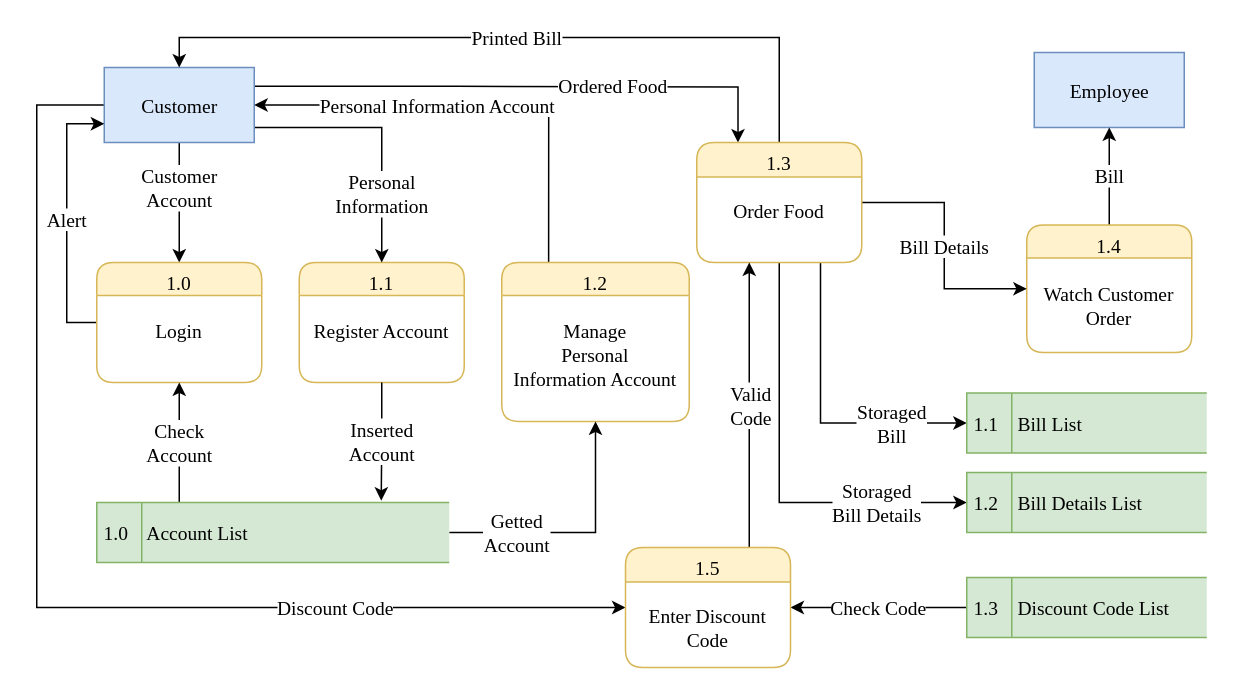
Above: page "Level 1 - Customer" (3 of 9) of document/data flow/dfd.drawio in daomtthuan/do-an (draw.io), before the change. Source tidied: cells renumbered, new cells numbered last; positions are measured from the earlier drawing's top-left corner, leaving out a move shared by most shapes. Both pictures are drawn from the tidied source at 150%, with x=0, y=0 at pixel (36, 36).
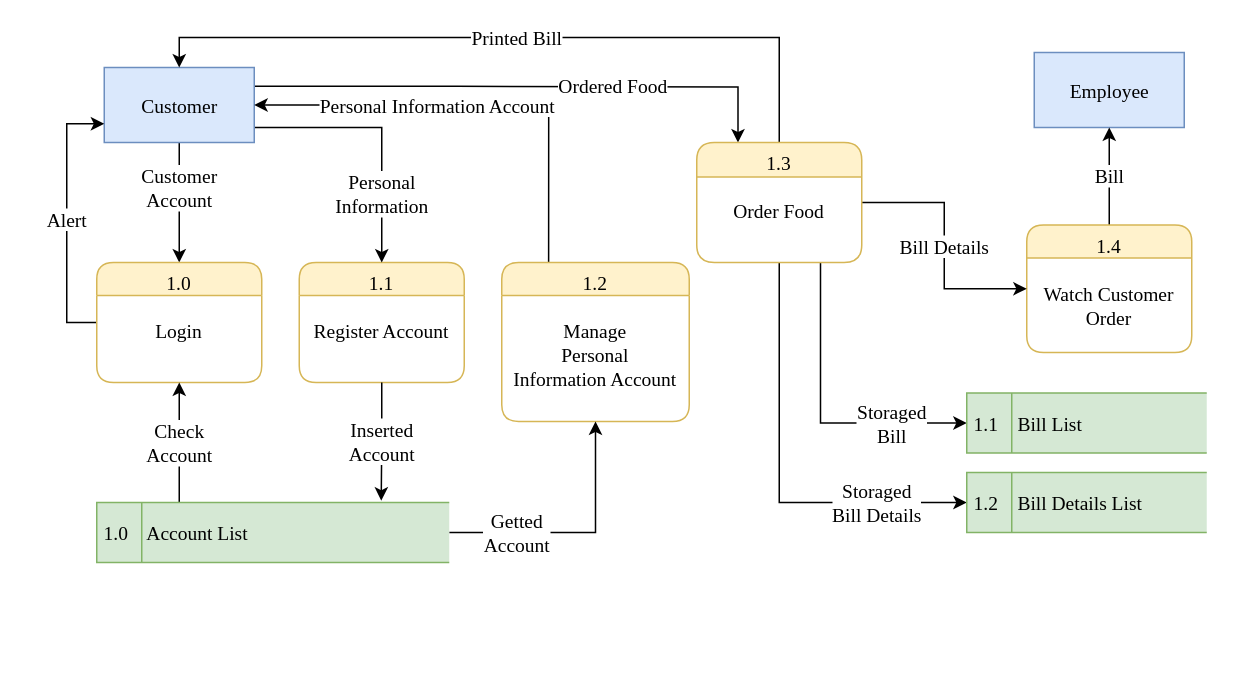
Above is the later version.

Unchanged cells that the change refers to:
```xml
<mxCell id="7" value="&lt;span style=&quot;font-size: 13px;&quot;&gt;&lt;span style=&quot;font-size: 13px;&quot;&gt;Customer&lt;/span&gt;&lt;/span&gt;" style="html=1;dashed=0;whitespace=wrap;strokeWidth=1;fillColor=#dae8fc;strokeColor=#6c8ebf;fontFamily=Times New Roman;fontSize=13;" parent="1" vertex="1">
  <mxGeometry x="45" y="20.5" width="100" height="50" as="geometry" />
</mxCell>
```

Change to the diagram source:
```diff
@@
-    <mxCell id="6" value="Discount Code" style="edgeStyle=orthogonalEdgeStyle;rounded=0;jettySize=auto;html=1;exitX=0;exitY=0.5;exitDx=0;exitDy=0;entryX=0;entryY=0.5;entryDx=0;entryDy=0;fontFamily=Times New Roman;fontSize=13;" parent="1" edge="1" source="7" target="29">
-      <mxGeometry x="0.5" relative="1" as="geometry">
-        <Array as="points">
-          <mxPoint y="45.5" />
-          <mxPoint y="380.5" />
-        </Array>
-      </mxGeometry>
-    </mxCell>
@@
-    <mxCell id="26" value="Check Code" style="edgeStyle=orthogonalEdgeStyle;rounded=0;jettySize=auto;html=1;entryX=1;entryY=0.5;entryDx=0;entryDy=0;fontFamily=Times New Roman;fontSize=13;" parent="1" edge="1" source="27" target="29">
-      <mxGeometry relative="1" as="geometry" />
-    </mxCell>
-    <mxCell id="27" value="1.3&amp;nbsp; &amp;nbsp; Discount Code List" style="html=1;dashed=0;whitespace=wrap;shape=mxgraph.dfd.dataStoreID;align=left;spacingLeft=3;points=[[0,0],[0.5,0],[1,0],[0,0.5],[1,0.5],[0,1],[0.5,1],[1,1]];fillColor=#d5e8d4;strokeColor=#82b366;fontFamily=Times New Roman;fontSize=13;" parent="1" vertex="1">
-      <mxGeometry x="620" y="360.5" width="160" height="40" as="geometry" />
-    </mxCell>
-    <mxCell id="28" value="Valid&lt;br style=&quot;font-size: 13px;&quot;&gt;Code" style="edgeStyle=orthogonalEdgeStyle;rounded=0;jettySize=auto;html=1;exitX=0.75;exitY=0;exitDx=0;exitDy=0;fontFamily=Times New Roman;fontSize=13;" parent="1" edge="1" source="29">
-      <mxGeometry relative="1" as="geometry">
-        <mxPoint x="475" y="150.5" as="targetPoint" />
-      </mxGeometry>
-    </mxCell>
-    <mxCell id="29" value="1.5&#10;&#10;Enter Discount&#10;Code" style="swimlane;fontStyle=0;horizontal=1;startSize=23;fillColor=#fff2cc;swimlaneFillColor=#ffffff;rounded=1;strokeWidth=1;verticalAlign=top;arcSize=17;labelPosition=center;verticalLabelPosition=middle;align=center;fontFamily=Times New Roman;strokeColor=#d6b656;fontSize=13;" parent="1" vertex="1">
-      <mxGeometry x="392.5" y="340.5" width="110" height="80" as="geometry" />
-    </mxCell>
```
